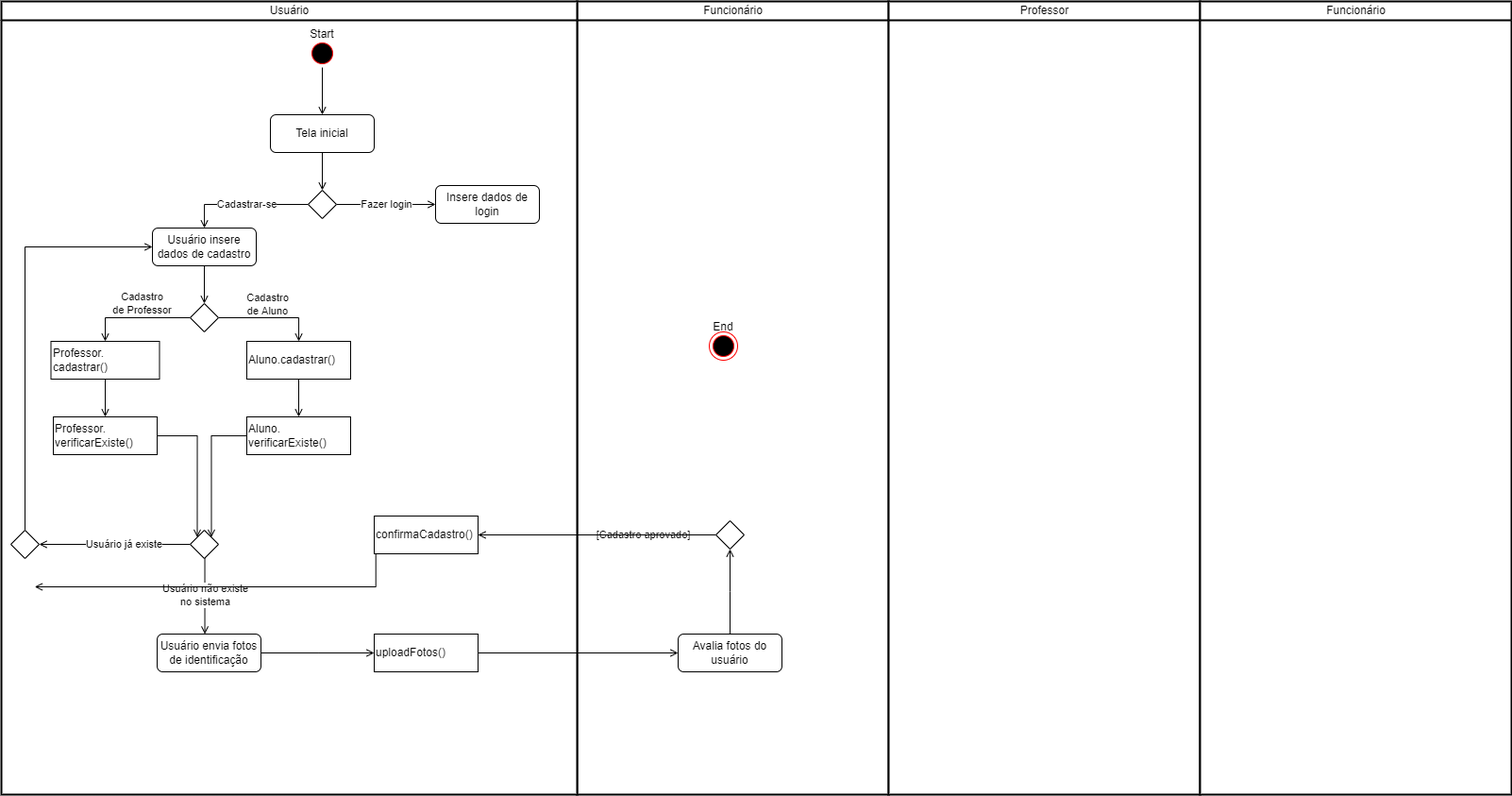
Before: diagramaAtividades/atividadeSistema.drawio.png, a diagram exported from draw.io (EijiDogen/BrainForHire). Source tidied: cells renumbered, new cells last; positions are measured from the earlier drawing's top-left corner, leaving out a move shared by most shapes.
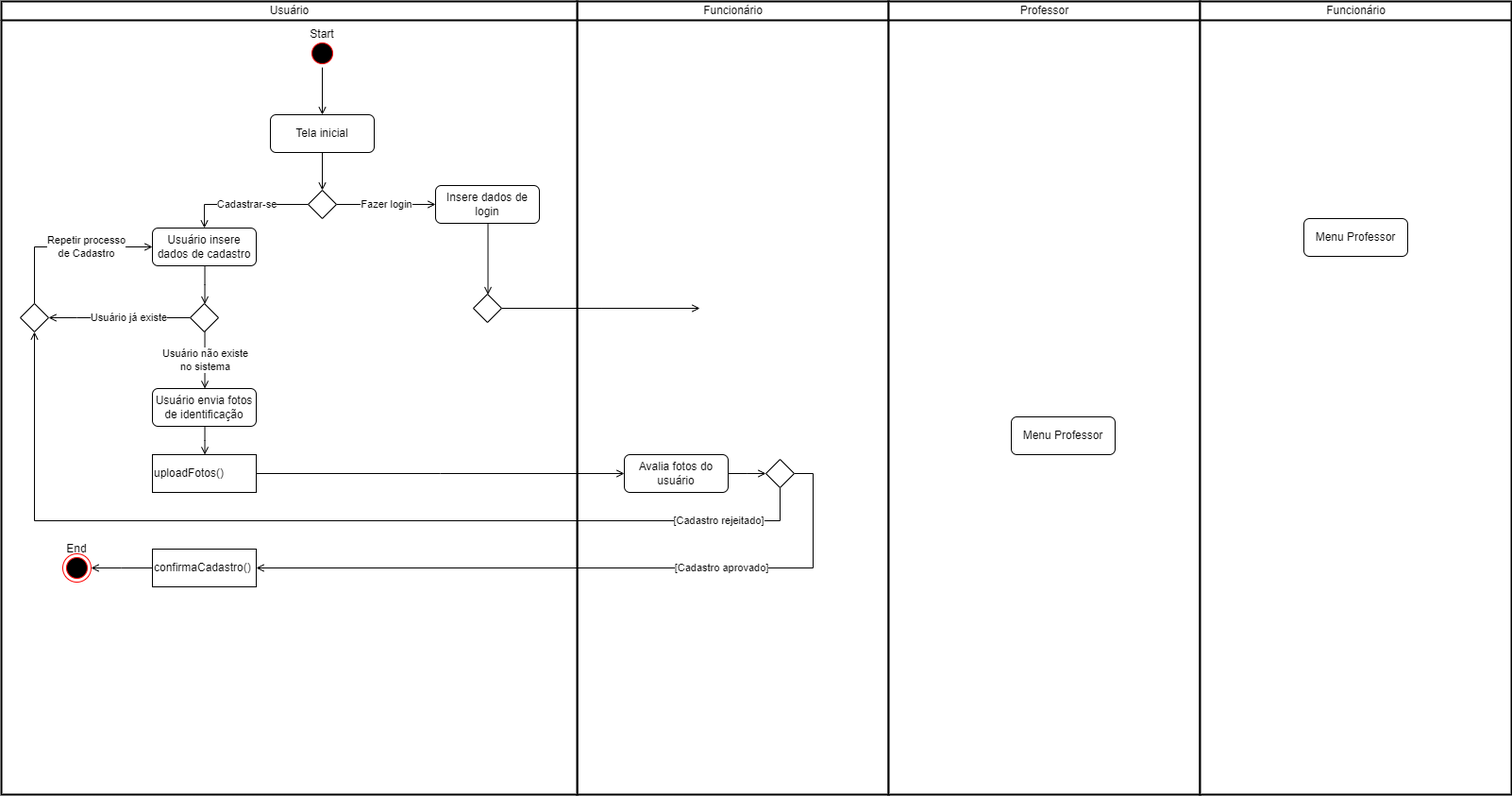
Later version of the same file.

What changed in the source:
```diff
@@ -27,21 +27,18 @@
     <mxCell id="10" style="ellipse;html=1;shape=startState;fillColor=#000000;strokeColor=#ff0000;" parent="6" vertex="1">
       <mxGeometry x="325" y="40" width="30" height="30" as="geometry" />
     </mxCell>
-    <mxCell id="11" style="ellipse;html=1;shape=endState;fillColor=#000000;strokeColor=#ff0000;" parent="6" vertex="1">
-      <mxGeometry x="750" y="350" width="30" height="30" as="geometry" />
-    </mxCell>
     <mxCell id="12" value="Start" style="text;html=1;strokeColor=none;fillColor=none;align=center;verticalAlign=middle;whiteSpace=wrap;rounded=0;" parent="6" vertex="1">
       <mxGeometry x="310" y="20" width="60" height="30" as="geometry" />
     </mxCell>
-    <mxCell id="13" value="End" style="text;html=1;strokeColor=none;fillColor=none;align=center;verticalAlign=middle;whiteSpace=wrap;rounded=0;" parent="6" vertex="1">
-      <mxGeometry x="735" y="330" width="60" height="30" as="geometry" />
-    </mxCell>
-    <mxCell id="14" style="edgeStyle=orthogonalEdgeStyle;rounded=0;jettySize=auto;html=1;endArrow=open;endFill=0;" parent="6" edge="1" source="15" target="30">
-      <mxGeometry relative="1" as="geometry" />
-    </mxCell>
+    <mxCell id="47" style="edgeStyle=elbowEdgeStyle;rounded=0;jettySize=auto;html=1;endArrow=open;endFill=0;" parent="6" edge="1" source="15" target="22">
+      <mxGeometry relative="1" as="geometry" />
+    </mxCell>
     <mxCell id="15" value="Usuário insere dados de cadastro" style="rounded=1;whiteSpace=wrap;html=1;" parent="6" vertex="1">
       <mxGeometry x="160" y="240" width="110" height="40" as="geometry" />
     </mxCell>
+    <mxCell id="48" style="edgeStyle=elbowEdgeStyle;rounded=0;jettySize=auto;html=1;endArrow=open;endFill=0;" parent="6" edge="1" source="16" target="53">
+      <mxGeometry relative="1" as="geometry" />
+    </mxCell>
     <mxCell id="16" value="Insere dados de login" style="rounded=1;whiteSpace=wrap;html=1;" parent="6" vertex="1">
       <mxGeometry x="460" y="195" width="110" height="40" as="geometry" />
     </mxCell>
@@ -63,6 +60,8 @@
     <mxCell id="20" value="Usuário já existe" style="edgeStyle=elbowEdgeStyle;rounded=0;jettySize=auto;html=1;endArrow=open;endFill=0;" parent="6" edge="1" source="22" target="46">
       <mxGeometry x="-0.12" relative="1" as="geometry">
         <Array as="points">
+          <mxPoint x="80" y="335" />
+          <mxPoint x="100" y="375" />
           <mxPoint x="130" y="575" />
           <mxPoint x="30" y="540" />
           <mxPoint x="390" y="410" />
@@ -74,90 +73,85 @@
       <mxGeometry relative="1" as="geometry" />
     </mxCell>
     <mxCell id="22" style="rhombus;" parent="6" vertex="1">
-      <mxGeometry x="200" y="560" width="30" height="30" as="geometry" />
+      <mxGeometry x="200" y="320" width="30" height="30" as="geometry" />
     </mxCell>
-    <mxCell id="23" style="edgeStyle=orthogonalEdgeStyle;rounded=0;jettySize=auto;html=1;endArrow=open;endFill=0;" parent="6" edge="1" source="24" target="26">
-      <mxGeometry relative="1" as="geometry" />
-    </mxCell>
-    <mxCell id="24" value="Aluno.cadastrar()" style="rounded=0;whiteSpace=wrap;html=1;align=left;" parent="6" vertex="1">
-      <mxGeometry x="260" y="360" width="110" height="40" as="geometry" />
-    </mxCell>
-    <mxCell id="25" style="edgeStyle=orthogonalEdgeStyle;rounded=0;jettySize=auto;html=1;entryX=1;entryY=0;entryDx=0;entryDy=0;endArrow=open;endFill=0;" parent="6" edge="1" source="26" target="22">
-      <mxGeometry relative="1" as="geometry" />
-    </mxCell>
-    <mxCell id="26" value="Aluno.&lt;br&gt;verificarExiste()" style="rounded=0;whiteSpace=wrap;html=1;align=left;" parent="6" vertex="1">
-      <mxGeometry x="260" y="440" width="110" height="40" as="geometry" />
-    </mxCell>
-    <mxCell id="27" style="edgeStyle=orthogonalEdgeStyle;rounded=0;jettySize=auto;html=1;endArrow=open;endFill=0;" parent="6" edge="1" source="30" target="24">
-      <mxGeometry relative="1" as="geometry" />
-    </mxCell>
-    <mxCell id="28" value="Cadastro&lt;br&gt;de Aluno" style="edgeLabel;html=1;align=center;verticalAlign=middle;" parent="27" vertex="1">
-      <mxGeometry x="-0.06" y="3" relative="1" as="geometry">
-        <mxPoint y="-12" as="offset" />
-      </mxGeometry>
-    </mxCell>
-    <mxCell id="29" value="Cadastro&lt;br&gt;de Professor" style="edgeStyle=orthogonalEdgeStyle;rounded=0;jettySize=auto;html=1;endArrow=open;endFill=0;" parent="6" edge="1" source="30" target="32">
-      <mxGeometry x="-0.13" y="-15" relative="1" as="geometry" />
-    </mxCell>
-    <mxCell id="30" style="rhombus;" parent="6" vertex="1">
-      <mxGeometry x="200" y="320" width="30" height="30" as="geometry" />
-    </mxCell>
-    <mxCell id="31" style="edgeStyle=orthogonalEdgeStyle;rounded=0;jettySize=auto;html=1;endArrow=open;endFill=0;" parent="6" edge="1" source="32" target="34">
-      <mxGeometry relative="1" as="geometry" />
-    </mxCell>
-    <mxCell id="32" value="Professor.&lt;br&gt;cadastrar()" style="rounded=0;whiteSpace=wrap;html=1;align=left;" parent="6" vertex="1">
-      <mxGeometry x="52.5" y="360" width="115" height="40" as="geometry" />
-    </mxCell>
-    <mxCell id="33" style="edgeStyle=orthogonalEdgeStyle;rounded=0;jettySize=auto;html=1;entryX=0;entryY=0;entryDx=0;entryDy=0;endArrow=open;endFill=0;" parent="6" edge="1" source="34" target="22">
-      <mxGeometry relative="1" as="geometry" />
-    </mxCell>
-    <mxCell id="34" value="Professor.&lt;br&gt;verificarExiste()" style="rounded=0;whiteSpace=wrap;html=1;align=left;" parent="6" vertex="1">
-      <mxGeometry x="55" y="440" width="110" height="40" as="geometry" />
-    </mxCell>
     <mxCell id="35" style="edgeStyle=elbowEdgeStyle;rounded=0;jettySize=auto;html=1;endArrow=open;endFill=0;" parent="6" edge="1" source="36" target="38">
       <mxGeometry relative="1" as="geometry" />
     </mxCell>
     <mxCell id="36" value="Usuário envia fotos de identificação" style="rounded=1;whiteSpace=wrap;html=1;" parent="6" vertex="1">
-      <mxGeometry x="165" y="670" width="110" height="40" as="geometry" />
+      <mxGeometry x="160" y="410" width="110" height="40" as="geometry" />
     </mxCell>
     <mxCell id="37" style="edgeStyle=elbowEdgeStyle;rounded=0;jettySize=auto;html=1;endArrow=open;endFill=0;" parent="6" edge="1" source="38" target="43">
       <mxGeometry relative="1" as="geometry" />
     </mxCell>
     <mxCell id="38" value="uploadFotos()" style="rounded=0;whiteSpace=wrap;html=1;align=left;" parent="6" vertex="1">
-      <mxGeometry x="395" y="670" width="110" height="40" as="geometry" />
+      <mxGeometry x="160" y="480" width="110" height="40" as="geometry" />
     </mxCell>
     <mxCell id="39" value="[Cadastro aprovado]" style="edgeStyle=elbowEdgeStyle;rounded=0;jettySize=auto;html=1;endArrow=open;endFill=0;" parent="6" edge="1" source="41" target="44">
       <mxGeometry x="-0.39" relative="1" as="geometry">
+        <Array as="points">
+          <mxPoint x="860" y="550" />
+          <mxPoint x="825" y="530" />
+          <mxPoint x="830" y="550" />
+          <mxPoint x="790" y="530" />
+        </Array>
         <mxPoint x="-1" as="offset" />
       </mxGeometry>
     </mxCell>
-    <mxCell id="40" style="edgeStyle=elbowEdgeStyle;rounded=0;jettySize=auto;html=1;endArrow=open;endFill=0;" parent="6" edge="1" source="41">
-      <mxGeometry relative="1" as="geometry">
-        <mxPoint x="35.3" y="620" as="targetPoint" />
-      </mxGeometry>
-    </mxCell>
+    <mxCell id="49" value="[Cadastro rejeitado]" style="edgeStyle=elbowEdgeStyle;rounded=0;jettySize=auto;html=1;entryX=0.5;entryY=1;entryDx=0;entryDy=0;endArrow=open;endFill=0;" parent="6" edge="1" source="41" target="46">
+      <mxGeometry x="-0.8" relative="1" as="geometry">
+        <Array as="points">
+          <mxPoint x="480" y="550" />
+          <mxPoint x="390" y="560" />
+        </Array>
+      </mxGeometry>
+    </mxCell>
     <mxCell id="41" style="rhombus;" parent="6" vertex="1">
-      <mxGeometry x="757" y="550" width="30" height="30" as="geometry" />
+      <mxGeometry x="810" y="485" width="30" height="30" as="geometry" />
     </mxCell>
     <mxCell id="42" style="edgeStyle=elbowEdgeStyle;rounded=0;jettySize=auto;html=1;endArrow=open;endFill=0;" parent="6" edge="1" source="43" target="41">
       <mxGeometry relative="1" as="geometry" />
     </mxCell>
     <mxCell id="43" value="Avalia fotos do usuário" style="rounded=1;whiteSpace=wrap;html=1;" parent="6" vertex="1">
-      <mxGeometry x="717" y="670" width="110" height="40" as="geometry" />
+      <mxGeometry x="660" y="480" width="110" height="40" as="geometry" />
     </mxCell>
+    <mxCell id="50" style="edgeStyle=elbowEdgeStyle;rounded=0;jettySize=auto;html=1;endArrow=open;endFill=0;" parent="6" edge="1" source="44" target="51">
+      <mxGeometry relative="1" as="geometry" />
+    </mxCell>
     <mxCell id="44" value="confirmaCadastro()" style="rounded=0;whiteSpace=wrap;html=1;align=left;" parent="6" vertex="1">
-      <mxGeometry x="395" y="545" width="110" height="40" as="geometry" />
+      <mxGeometry x="160" y="580" width="110" height="40" as="geometry" />
     </mxCell>
-    <mxCell id="45" style="edgeStyle=elbowEdgeStyle;rounded=0;jettySize=auto;html=1;endArrow=open;endFill=0;" parent="6" edge="1" source="46" target="15">
-      <mxGeometry relative="1" as="geometry">
+    <mxCell id="45" value="Repetir processo&lt;br&gt;de Cadastro" style="edgeStyle=elbowEdgeStyle;rounded=0;jettySize=auto;html=1;endArrow=open;endFill=0;" parent="6" edge="1" source="46" target="15">
+      <mxGeometry x="0.24" relative="1" as="geometry">
         <Array as="points">
+          <mxPoint x="35" y="320" />
           <mxPoint x="25" y="520" />
           <mxPoint x="35" y="490" />
         </Array>
       </mxGeometry>
     </mxCell>
     <mxCell id="46" style="rhombus;" parent="6" vertex="1">
-      <mxGeometry x="10" y="560" width="30" height="30" as="geometry" />
+      <mxGeometry x="20" y="320" width="30" height="30" as="geometry" />
     </mxCell>
+    <mxCell id="51" style="ellipse;html=1;shape=endState;fillColor=#000000;strokeColor=#ff0000;" parent="6" vertex="1">
+      <mxGeometry x="65" y="585" width="30" height="30" as="geometry" />
+    </mxCell>
+    <mxCell id="13" value="End" style="text;html=1;strokeColor=none;fillColor=none;align=center;verticalAlign=middle;whiteSpace=wrap;rounded=0;" parent="6" vertex="1">
+      <mxGeometry x="50" y="565" width="60" height="30" as="geometry" />
+    </mxCell>
+    <mxCell id="52" style="edgeStyle=elbowEdgeStyle;rounded=0;jettySize=auto;html=1;endArrow=open;endFill=0;" parent="6" edge="1" source="53">
+      <mxGeometry relative="1" as="geometry">
+        <mxPoint x="740" y="325" as="targetPoint" />
+      </mxGeometry>
+    </mxCell>
+    <mxCell id="53" style="rhombus;" parent="6" vertex="1">
+      <mxGeometry x="500" y="310" width="30" height="30" as="geometry" />
+    </mxCell>
+    <mxCell id="54" value="Menu Professor" style="rounded=1;whiteSpace=wrap;html=1;" parent="6" vertex="1">
+      <mxGeometry x="1070" y="440" width="110" height="40" as="geometry" />
+    </mxCell>
+    <mxCell id="55" value="Menu Professor" style="rounded=1;whiteSpace=wrap;html=1;" parent="6" vertex="1">
+      <mxGeometry x="1380" y="230" width="110" height="40" as="geometry" />
+    </mxCell>
   </root>
 </mxGraphModel>
```
